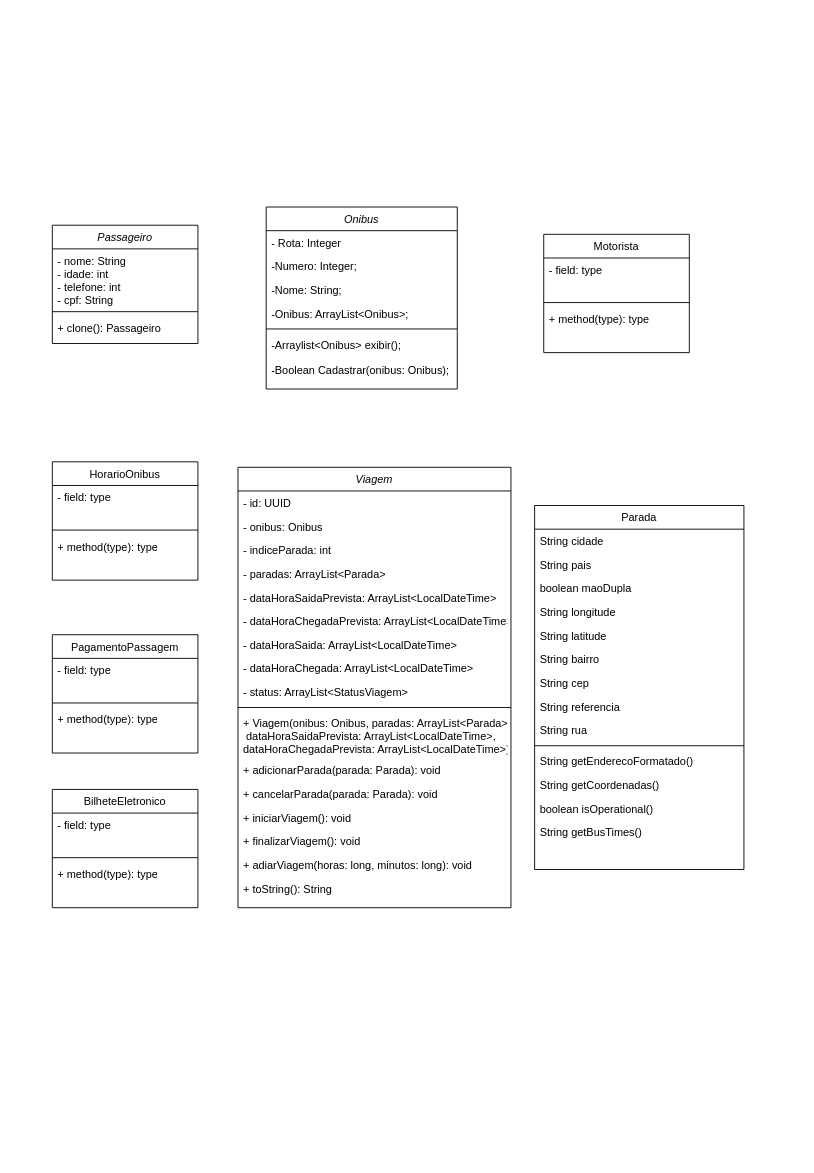
KAUAN-LOCHE/TrabalhoPOOII keeps this draw.io diagram as UMLs/Diagramas UML.drawio. Above is the earlier version. Source tidied: cells renumbered, new cells numbered last; positions are measured from the earlier drawing's top-left corner, leaving out a move shared by most shapes. Both pictures are drawn from the tidied source at 91%, with x=0, y=0 at pixel (52, 207).
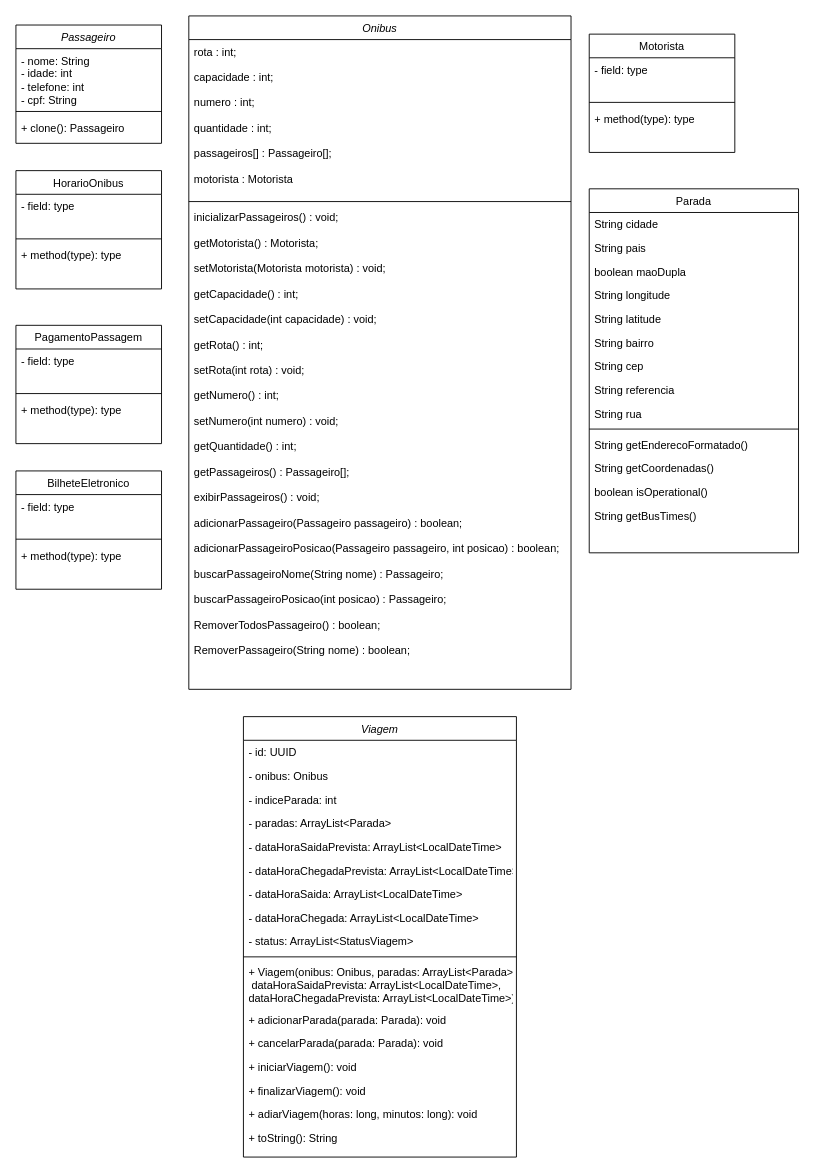
The same diagram, later.

Commit message (it also covers changes not shown here):
Update UML Onibus

Diff of the diagram source:
```diff
@@
-    <mxCell id="2" value="Onibus" style="swimlane;fontStyle=2;align=center;verticalAlign=top;horizontal=1;startSize=26;rounded=0;shadow=0;strokeWidth=1;" parent="1" vertex="1">
-      <mxGeometry x="235" width="210" height="200" as="geometry" />
-    </mxCell>
-    <mxCell id="3" value="- Rota: Integer" style="text;align=left;verticalAlign=top;spacingLeft=4;spacingRight=4;overflow=hidden;" parent="2" vertex="1">
-      <mxGeometry y="26" width="210" height="26" as="geometry" />
-    </mxCell>
-    <mxCell id="4" value="-Numero: Integer;" style="text;align=left;verticalAlign=top;spacingLeft=4;spacingRight=4;overflow=hidden;rounded=0;shadow=0;html=0;" parent="2" vertex="1">
-      <mxGeometry y="52" width="210" height="26" as="geometry" />
-    </mxCell>
-    <mxCell id="5" value="-Nome: String;" style="text;align=left;verticalAlign=top;spacingLeft=4;spacingRight=4;overflow=hidden;rounded=0;shadow=0;html=0;" parent="2" vertex="1">
-      <mxGeometry y="78" width="210" height="26" as="geometry" />
-    </mxCell>
-    <mxCell id="6" value="-Onibus: ArrayList&lt;Onibus&gt;;" style="text;align=left;verticalAlign=top;spacingLeft=4;spacingRight=4;overflow=hidden;" parent="2" vertex="1">
-      <mxGeometry y="104" width="210" height="26" as="geometry" />
-    </mxCell>
-    <mxCell id="7" style="line;html=1;strokeWidth=1;align=left;verticalAlign=middle;spacingTop=-1;spacingLeft=3;spacingRight=3;labelPosition=right;" parent="2" vertex="1">
-      <mxGeometry y="130" width="210" height="8" as="geometry" />
-    </mxCell>
-    <mxCell id="8" value="-Arraylist&lt;Onibus&gt; exibir();&#10;&#10;-Boolean Cadastrar(onibus: Onibus);&#10;&#10;&#10;" style="text;align=left;verticalAlign=top;spacingLeft=4;spacingRight=4;overflow=hidden;rounded=0;shadow=0;html=0;" parent="2" vertex="1">
-      <mxGeometry y="138" width="210" height="62" as="geometry" />
-    </mxCell>
     <mxCell id="9" value="&lt;span style=&quot;font-weight: normal;&quot;&gt;&lt;i&gt;Passageiro&lt;/i&gt;&lt;/span&gt;" style="swimlane;fontStyle=1;align=center;verticalAlign=top;horizontal=1;startSize=26;whiteSpace=wrap;html=1;" parent="1" vertex="1">
-      <mxGeometry y="20" width="160" height="130" as="geometry" />
+      <mxGeometry x="-40" y="-200" width="160" height="130" as="geometry" />
     </mxCell>
@@
     <mxCell id="13" value="&lt;span style=&quot;font-weight: normal;&quot;&gt;Motorista&lt;/span&gt;" style="swimlane;fontStyle=1;align=center;verticalAlign=top;horizontal=1;startSize=26;whiteSpace=wrap;html=1;" parent="1" vertex="1">
-      <mxGeometry x="540" y="30" width="160" height="130" as="geometry" />
+      <mxGeometry x="590" y="-190" width="160" height="130" as="geometry" />
     </mxCell>
@@
     <mxCell id="17" value="&lt;span style=&quot;font-weight: normal;&quot;&gt;PagamentoPassagem&lt;/span&gt;" style="swimlane;fontStyle=1;align=center;verticalAlign=top;horizontal=1;startSize=26;whiteSpace=wrap;html=1;" parent="1" vertex="1">
-      <mxGeometry y="470" width="160" height="130" as="geometry" />
+      <mxGeometry x="-40" y="130" width="160" height="130" as="geometry" />
     </mxCell>
@@
     <mxCell id="21" value="&lt;span style=&quot;font-weight: 400;&quot;&gt;HorarioOnibus&lt;/span&gt;" style="swimlane;fontStyle=1;align=center;verticalAlign=top;horizontal=1;startSize=26;whiteSpace=wrap;html=1;" parent="1" vertex="1">
-      <mxGeometry y="280" width="160" height="130" as="geometry" />
+      <mxGeometry x="-40" y="-40" width="160" height="130" as="geometry" />
     </mxCell>
@@
     <mxCell id="25" value="&lt;span style=&quot;font-weight: normal;&quot;&gt;BilheteEletronico&lt;/span&gt;" style="swimlane;fontStyle=1;align=center;verticalAlign=top;horizontal=1;startSize=26;whiteSpace=wrap;html=1;" parent="1" vertex="1">
-      <mxGeometry y="640" width="160" height="130" as="geometry" />
+      <mxGeometry x="-40" y="290" width="160" height="130" as="geometry" />
     </mxCell>
@@
     <mxCell id="29" value="Viagem" style="swimlane;fontStyle=2;align=center;verticalAlign=top;horizontal=1;startSize=26;rounded=0;shadow=0;strokeWidth=1;" parent="1" vertex="1">
-      <mxGeometry x="204" y="286" width="300" height="484" as="geometry" />
+      <mxGeometry x="210" y="560" width="300" height="484" as="geometry" />
     </mxCell>
@@
     <mxCell id="47" value="Parada" style="swimlane;fontStyle=0;align=center;verticalAlign=top;horizontal=1;startSize=26;rounded=0;shadow=0;strokeWidth=1;" parent="1" vertex="1">
-      <mxGeometry x="530" y="328" width="230" height="400" as="geometry" />
+      <mxGeometry x="590" y="-20" width="230" height="400" as="geometry" />
     </mxCell>
@@
+    <mxCell id="2" value="Onibus&#10;&#10;" style="swimlane;fontStyle=2;align=center;verticalAlign=top;horizontal=1;startSize=26;rounded=0;shadow=0;strokeWidth=1;" parent="1" vertex="1">
+      <mxGeometry x="150" y="-210" width="420" height="740" as="geometry" />
+    </mxCell>
+    <mxCell id="62" value="rota : int;&#10;&#10;capacidade : int;&#10;&#10;numero : int;&#10;&#10;quantidade : int;&#10;&#10;passageiros[] : Passageiro[];&#10;&#10;motorista : Motorista" style="text;align=left;verticalAlign=top;spacingLeft=4;spacingRight=4;overflow=hidden;" parent="2" vertex="1">
+      <mxGeometry y="26" width="420" height="174" as="geometry" />
+    </mxCell>
+    <mxCell id="63" style="line;html=1;strokeWidth=1;align=left;verticalAlign=middle;spacingTop=-1;spacingLeft=3;spacingRight=3;labelPosition=right;" parent="2" vertex="1">
+      <mxGeometry y="200" width="420" height="8" as="geometry" />
+    </mxCell>
+    <mxCell id="64" value="inicializarPassageiros() : void;&#10;&#10;getMotorista() : Motorista;&#10;&#10;setMotorista(Motorista motorista) : void;&#10;&#10;getCapacidade() : int;&#10;&#10;setCapacidade(int capacidade) : void;&#10;&#10;getRota() : int;&#10;&#10;setRota(int rota) : void;&#10;&#10;getNumero() : int;&#10;&#10;setNumero(int numero) : void;&#10;&#10;getQuantidade() : int;&#10;&#10;getPassageiros() : Passageiro[];&#10;&#10;exibirPassageiros() : void;&#10;&#10;adicionarPassageiro(Passageiro passageiro) : boolean;&#10;&#10;adicionarPassageiroPosicao(Passageiro passageiro, int posicao) : boolean;&#10;&#10;buscarPassageiroNome(String nome) : Passageiro;&#10;&#10;buscarPassageiroPosicao(int posicao) : Passageiro;&#10;&#10;RemoverTodosPassageiro() : boolean;&#10;&#10;RemoverPassageiro(String nome) : boolean;&#10;" style="text;align=left;verticalAlign=top;spacingLeft=4;spacingRight=4;overflow=hidden;" parent="2" vertex="1">
+      <mxGeometry y="208" width="420" height="532" as="geometry" />
+    </mxCell>
```
